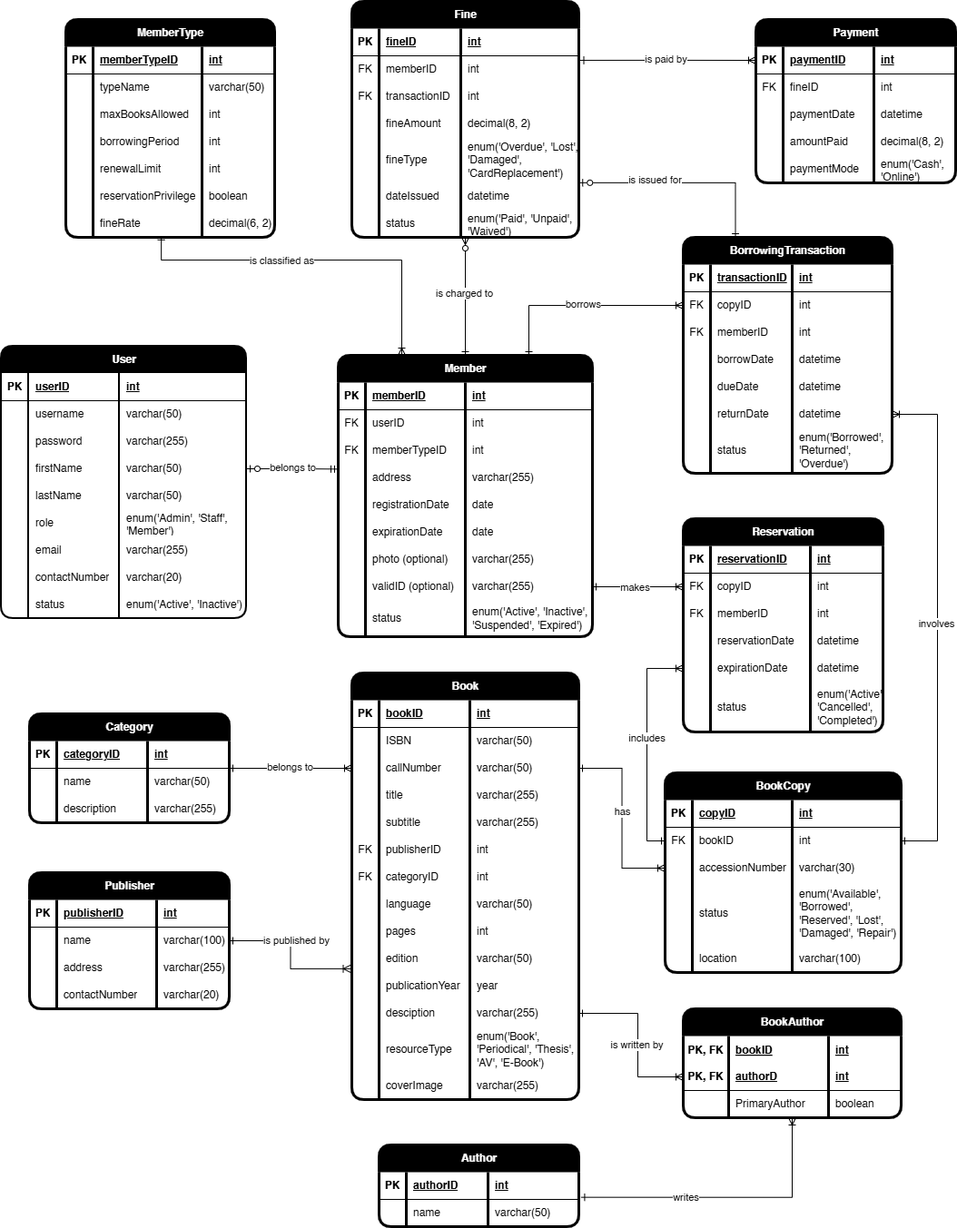
This is LMS_GaBasa/Documentation/ERD/ERD.png from KingPandesal/GaBasa, a draw.io export, as it was before one commit. Source tidied: cells renumbered, new cells last; positions are measured from the earlier drawing's top-left corner, leaving out a move shared by most shapes.
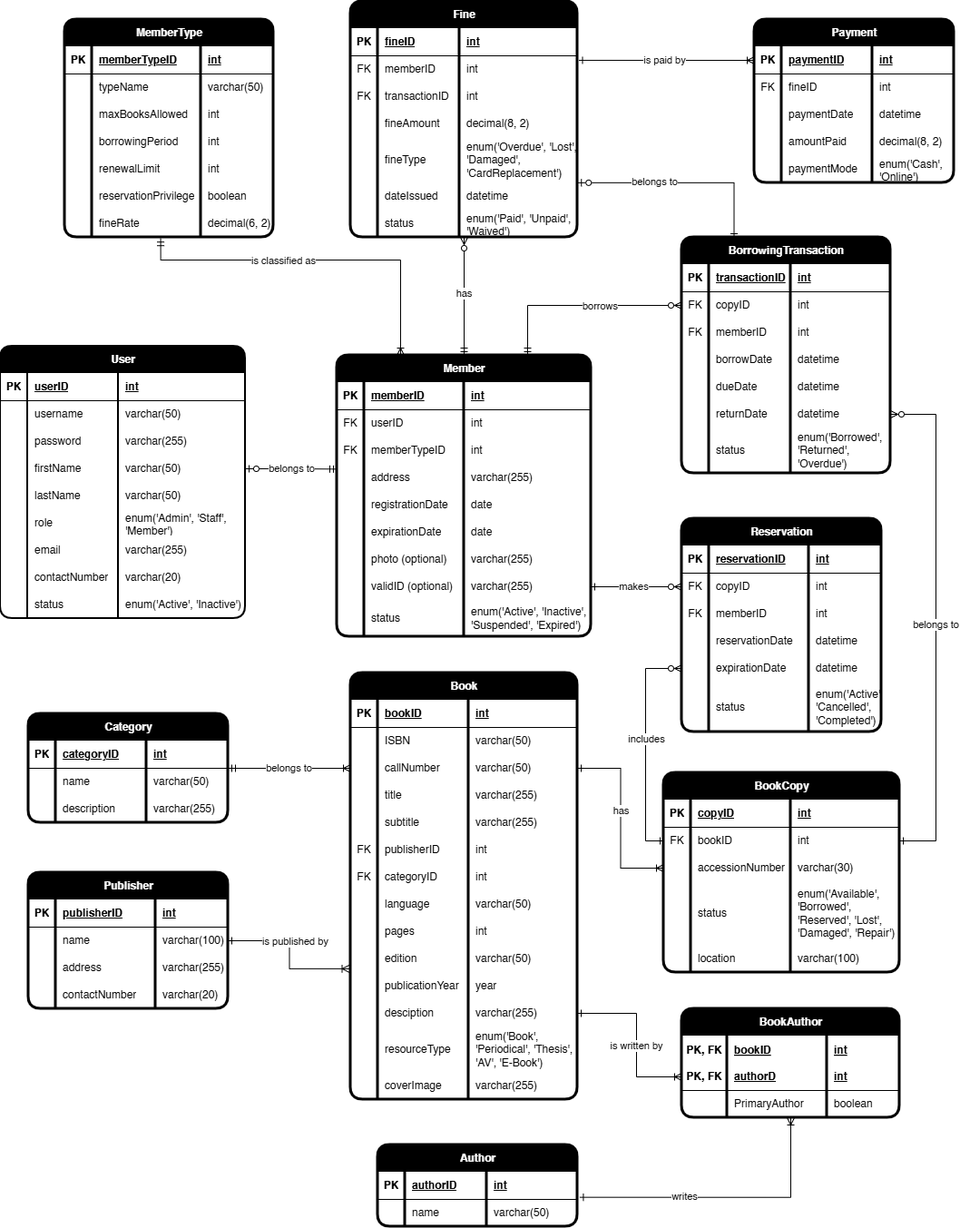
The same file after the commit.

What changed in the source:
```diff
@@ -662,7 +662,7 @@
     <mxCell id="221" value="varchar(20)" style="shape=partialRectangle;fillColor=none;top=0;left=0;bottom=0;right=0;align=left;spacingLeft=6;overflow=hidden;whiteSpace=wrap;html=1;fontSize=12;spacingBottom=0;spacingTop=0;spacing=2;" parent="218" vertex="1">
       <mxGeometry x="140" width="80" height="30" as="geometry" />
     </mxCell>
-    <mxCell id="222" style="edgeStyle=orthogonalEdgeStyle;rounded=0;jettySize=auto;html=1;endArrow=ERoneToMany;endFill=0;startArrow=ERone;startFill=0;fontSize=12;spacingBottom=0;spacingTop=0;spacing=2;entryX=0;entryY=0.5;entryDx=0;entryDy=0;" parent="1" edge="1" source="224" target="114">
+    <mxCell id="222" style="edgeStyle=orthogonalEdgeStyle;rounded=0;jettySize=auto;html=1;endArrow=ERoneToMany;endFill=0;startArrow=ERmandOne;startFill=0;fontSize=12;spacingBottom=0;spacingTop=0;spacing=2;entryX=0;entryY=0.5;entryDx=0;entryDy=0;" parent="1" edge="1" source="224" target="114">
       <mxGeometry relative="1" as="geometry" />
     </mxCell>
     <mxCell id="223" value="belongs to" style="edgeLabel;html=1;align=center;verticalAlign=middle;" parent="222" vertex="1">
@@ -714,8 +714,10 @@
         </Array>
       </mxGeometry>
     </mxCell>
-    <mxCell id="238" value="is issued for" style="edgeLabel;html=1;align=center;verticalAlign=middle;" parent="237" vertex="1">
-      <mxGeometry x="0.28" y="-3" relative="1" as="geometry" />
+    <mxCell id="238" value="belongs to" style="edgeLabel;html=1;align=center;verticalAlign=middle;" parent="237" vertex="1">
+      <mxGeometry x="0.28" y="-3" relative="1" as="geometry">
+        <mxPoint y="2" as="offset" />
+      </mxGeometry>
     </mxCell>
     <mxCell id="239" value="BorrowingTransaction" style="shape=table;startSize=30;rowLines=0;fontStyle=1;align=center;html=1;rounded=1;swimlaneLine=0;swimlaneFillColor=none;strokeWidth=3;fillStyle=auto;fillColor=light-dark(#000000, #7d8c9b);strokeColor=#000000;fontColor=#ffffff;shadow=0;columnLines=1;noLabel=0;fontSize=12;spacingBottom=0;spacingTop=0;spacing=2;" parent="1" vertex="1">
       <mxGeometry x="751" y="260" width="230" height="260" as="geometry" />
@@ -879,10 +881,10 @@
     <mxCell id="292" value="enum('Active', 'Cancelled', 'Completed')" style="shape=partialRectangle;fillColor=none;top=0;left=0;bottom=0;right=0;align=left;spacingLeft=6;overflow=hidden;whiteSpace=wrap;html=1;fontSize=12;spacingBottom=0;spacingTop=0;spacing=2;" parent="289" vertex="1">
       <mxGeometry x="140" width="80" height="55" as="geometry" />
     </mxCell>
-    <mxCell id="293" style="edgeStyle=orthogonalEdgeStyle;rounded=0;jettySize=auto;html=1;entryX=0.5;entryY=0;entryDx=0;entryDy=0;fontSize=12;spacingBottom=0;spacingTop=0;spacing=2;startArrow=ERzeroToMany;startFill=0;endArrow=ERone;endFill=0;" parent="1" edge="1" source="295" target="39">
+    <mxCell id="293" style="edgeStyle=orthogonalEdgeStyle;rounded=0;jettySize=auto;html=1;entryX=0.5;entryY=0;entryDx=0;entryDy=0;fontSize=12;spacingBottom=0;spacingTop=0;spacing=2;startArrow=ERzeroToMany;startFill=0;endArrow=ERmandOne;endFill=0;" parent="1" edge="1" source="295" target="39">
       <mxGeometry relative="1" as="geometry" />
     </mxCell>
-    <mxCell id="294" value="is charged to" style="edgeLabel;html=1;align=center;verticalAlign=middle;" parent="293" vertex="1">
+    <mxCell id="294" value="has" style="edgeLabel;html=1;align=center;verticalAlign=middle;" parent="293" vertex="1">
       <mxGeometry x="-0.05" y="-1" relative="1" as="geometry" />
     </mxCell>
     <mxCell id="295" value="Fine" style="shape=table;startSize=30;rowLines=0;fontStyle=1;align=center;html=1;rounded=1;swimlaneLine=0;swimlaneFillColor=none;strokeWidth=3;fillStyle=auto;fillColor=light-dark(#000000, #7d8c9b);strokeColor=#000000;fontColor=#ffffff;shadow=0;columnLines=1;noLabel=0;fontSize=12;spacingBottom=0;spacingTop=0;spacing=2;" parent="1" vertex="1">
@@ -1042,19 +1044,21 @@
     </mxCell>
     <mxCell id="346" value="belongs to" style="edgeLabel;html=1;align=center;verticalAlign=middle;" parent="345" vertex="1">
       <mxGeometry x="-0.01" y="2" relative="1" as="geometry">
-        <mxPoint x="-2" y="-1" as="offset" />
+        <mxPoint x="-2" as="offset" />
       </mxGeometry>
     </mxCell>
-    <mxCell id="347" style="edgeStyle=orthogonalEdgeStyle;rounded=0;jettySize=auto;html=1;exitX=0.25;exitY=0;exitDx=0;exitDy=0;endArrow=ERone;endFill=0;startArrow=ERoneToMany;startFill=0;fontSize=12;spacingBottom=0;spacingTop=0;spacing=2;entryX=0.457;entryY=0.959;entryDx=0;entryDy=0;entryPerimeter=0;" parent="1" edge="1" source="39" target="101">
+    <mxCell id="347" style="edgeStyle=orthogonalEdgeStyle;rounded=0;jettySize=auto;html=1;exitX=0.25;exitY=0;exitDx=0;exitDy=0;endArrow=ERmandOne;endFill=0;startArrow=ERoneToMany;startFill=0;fontSize=12;spacingBottom=0;spacingTop=0;spacing=2;entryX=0.459;entryY=1.04;entryDx=0;entryDy=0;entryPerimeter=0;" parent="1" edge="1" source="39" target="101">
       <mxGeometry relative="1" as="geometry">
         <Array as="points">
           <mxPoint x="441" y="285" />
-          <mxPoint x="176" y="285" />
+          <mxPoint x="177" y="285" />
         </Array>
       </mxGeometry>
     </mxCell>
     <mxCell id="348" value="is classified as" style="edgeLabel;html=1;align=center;verticalAlign=middle;" parent="347" vertex="1">
-      <mxGeometry x="0.2" y="1" relative="1" as="geometry" />
+      <mxGeometry x="0.2" y="1" relative="1" as="geometry">
+        <mxPoint y="-1" as="offset" />
+      </mxGeometry>
     </mxCell>
     <mxCell id="349" style="edgeStyle=orthogonalEdgeStyle;rounded=0;jettySize=auto;html=1;exitX=1;exitY=0.5;exitDx=0;exitDy=0;entryX=0;entryY=0.5;entryDx=0;entryDy=0;endArrow=ERoneToMany;endFill=0;startArrow=ERone;startFill=0;fontSize=12;spacingBottom=0;spacingTop=0;spacing=2;" parent="1" edge="1" source="114" target="171">
       <mxGeometry relative="1" as="geometry" />
@@ -1080,7 +1084,7 @@
     </mxCell>
     <mxCell id="354" value="writes" style="edgeLabel;html=1;align=center;verticalAlign=middle;" parent="353" vertex="1">
       <mxGeometry x="-0.28" y="2" relative="1" as="geometry">
-        <mxPoint y="2" as="offset" />
+        <mxPoint y="1" as="offset" />
       </mxGeometry>
     </mxCell>
     <mxCell id="355" style="edgeStyle=orthogonalEdgeStyle;rounded=0;jettySize=auto;html=1;endArrow=ERoneToMany;endFill=0;startArrow=ERone;startFill=0;fontSize=12;spacingBottom=0;spacingTop=0;spacing=2;exitX=1;exitY=0.5;exitDx=0;exitDy=0;entryX=-0.006;entryY=0.863;entryDx=0;entryDy=0;entryPerimeter=0;" parent="1" edge="1" source="210" target="142">
@@ -1091,15 +1095,15 @@
         <mxPoint x="7" as="offset" />
       </mxGeometry>
     </mxCell>
-    <mxCell id="357" style="edgeStyle=orthogonalEdgeStyle;rounded=0;jettySize=auto;html=1;entryX=0;entryY=0.5;entryDx=0;entryDy=0;endArrow=ERoneToMany;endFill=0;startArrow=ERone;startFill=0;fontSize=12;spacingBottom=0;spacingTop=0;spacing=2;exitX=0.75;exitY=0;exitDx=0;exitDy=0;" parent="1" edge="1" source="39" target="244">
+    <mxCell id="357" style="edgeStyle=orthogonalEdgeStyle;rounded=0;jettySize=auto;html=1;entryX=0;entryY=0.5;entryDx=0;entryDy=0;endArrow=ERzeroToMany;endFill=0;startArrow=ERmandOne;startFill=0;fontSize=12;spacingBottom=0;spacingTop=0;spacing=2;exitX=0.75;exitY=0;exitDx=0;exitDy=0;" parent="1" edge="1" source="39" target="244">
       <mxGeometry relative="1" as="geometry" />
     </mxCell>
     <mxCell id="358" value="borrows" style="edgeLabel;html=1;align=center;verticalAlign=middle;" parent="357" vertex="1">
       <mxGeometry x="0.02" y="1" relative="1" as="geometry">
-        <mxPoint x="1" as="offset" />
+        <mxPoint x="21" y="1" as="offset" />
       </mxGeometry>
     </mxCell>
-    <mxCell id="359" style="edgeStyle=orthogonalEdgeStyle;rounded=0;jettySize=auto;html=1;entryX=1;entryY=0.5;entryDx=0;entryDy=0;endArrow=ERoneToMany;endFill=0;startArrow=ERone;startFill=0;exitX=1;exitY=0.5;exitDx=0;exitDy=0;fontSize=12;spacingBottom=0;spacingTop=0;spacing=2;" parent="1" edge="1" source="167" target="260">
+    <mxCell id="359" style="edgeStyle=orthogonalEdgeStyle;rounded=0;jettySize=auto;html=1;entryX=1;entryY=0.5;entryDx=0;entryDy=0;endArrow=ERzeroToMany;endFill=0;startArrow=ERone;startFill=0;exitX=1;exitY=0.5;exitDx=0;exitDy=0;fontSize=12;spacingBottom=0;spacingTop=0;spacing=2;" parent="1" edge="1" source="167" target="260">
       <mxGeometry relative="1" as="geometry">
         <Array as="points">
           <mxPoint x="1031" y="925" />
@@ -1107,20 +1111,22 @@
         </Array>
       </mxGeometry>
     </mxCell>
-    <mxCell id="360" value="involves" style="edgeLabel;html=1;align=center;verticalAlign=middle;" parent="359" vertex="1">
+    <mxCell id="360" value="belongs to" style="edgeLabel;html=1;align=center;verticalAlign=middle;" parent="359" vertex="1">
       <mxGeometry y="1" relative="1" as="geometry" />
     </mxCell>
-    <mxCell id="361" style="edgeStyle=orthogonalEdgeStyle;rounded=0;jettySize=auto;html=1;entryX=0;entryY=0.5;entryDx=0;entryDy=0;endArrow=ERoneToMany;endFill=0;startArrow=ERone;startFill=0;fontSize=12;spacingBottom=0;spacingTop=0;spacing=2;exitX=0;exitY=0.5;exitDx=0;exitDy=0;" parent="1" edge="1" source="167" target="285">
+    <mxCell id="361" style="edgeStyle=orthogonalEdgeStyle;rounded=0;jettySize=auto;html=1;entryX=0;entryY=0.5;entryDx=0;entryDy=0;endArrow=ERzeroToMany;endFill=0;startArrow=ERone;startFill=0;fontSize=12;spacingBottom=0;spacingTop=0;spacing=2;exitX=0;exitY=0.5;exitDx=0;exitDy=0;" parent="1" edge="1" source="167" target="285">
       <mxGeometry relative="1" as="geometry" />
     </mxCell>
     <mxCell id="362" value="includes" style="edgeLabel;html=1;align=center;verticalAlign=middle;" parent="361" vertex="1">
       <mxGeometry x="0.06" relative="1" as="geometry" />
     </mxCell>
-    <mxCell id="363" style="edgeStyle=orthogonalEdgeStyle;rounded=0;jettySize=auto;html=1;entryX=0;entryY=0.5;entryDx=0;entryDy=0;endArrow=ERoneToMany;endFill=0;startArrow=ERone;startFill=0;fontSize=12;spacingBottom=0;spacingTop=0;spacing=2;" parent="1" edge="1" source="68" target="273">
+    <mxCell id="363" style="edgeStyle=orthogonalEdgeStyle;rounded=0;jettySize=auto;html=1;entryX=0;entryY=0.5;entryDx=0;entryDy=0;endArrow=ERzeroToMany;endFill=0;startArrow=ERone;startFill=0;fontSize=12;spacingBottom=0;spacingTop=0;spacing=2;" parent="1" edge="1" source="68" target="273">
       <mxGeometry relative="1" as="geometry" />
     </mxCell>
     <mxCell id="364" value="makes" style="edgeLabel;html=1;align=center;verticalAlign=middle;" parent="363" vertex="1">
-      <mxGeometry x="-0.07" y="-1" relative="1" as="geometry" />
+      <mxGeometry x="-0.07" y="-1" relative="1" as="geometry">
+        <mxPoint y="-2" as="offset" />
+      </mxGeometry>
     </mxCell>
     <mxCell id="365" style="edgeStyle=orthogonalEdgeStyle;rounded=0;jettySize=auto;html=1;entryX=0;entryY=0.5;entryDx=0;entryDy=0;exitX=1.006;exitY=0.165;exitDx=0;exitDy=0;exitPerimeter=0;startArrow=ERone;startFill=0;endArrow=ERoneToMany;endFill=0;fontSize=12;spacingBottom=0;spacingTop=0;spacing=2;" parent="1" edge="1" source="300" target="325">
       <mxGeometry relative="1" as="geometry" />
```
